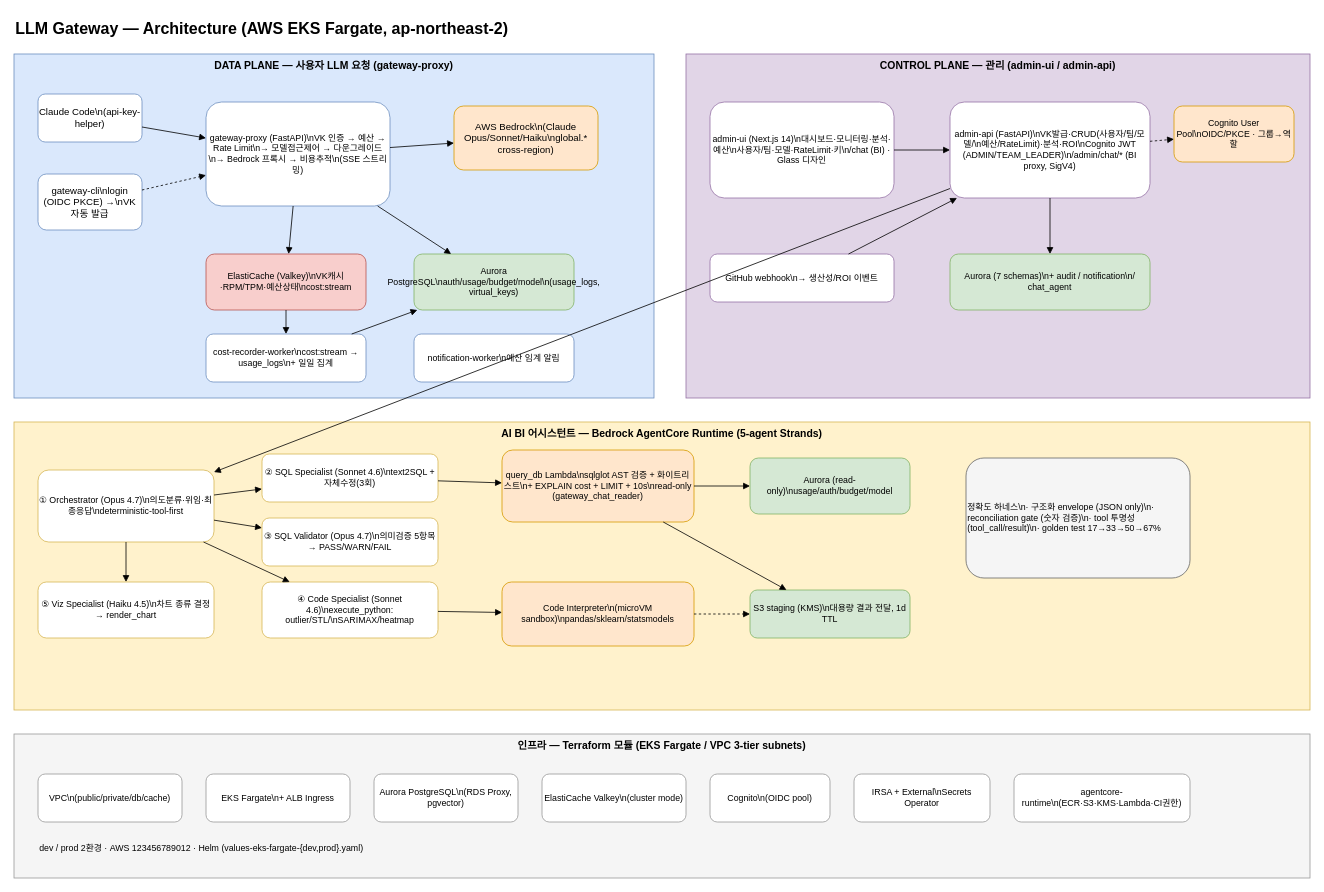
This is projects/awsome-ai-gateway/docs/architecture.drawio from aws-samples/sample-agentic-ai-acceleration-kr, a draw.io file, before an edit. Source tidied: cells renumbered, new cells numbered last; positions are measured from the earlier drawing's top-left corner, leaving out a move shared by most shapes. Both pictures are drawn from the tidied source at 80%, with x=0, y=0 at pixel (14, 14).
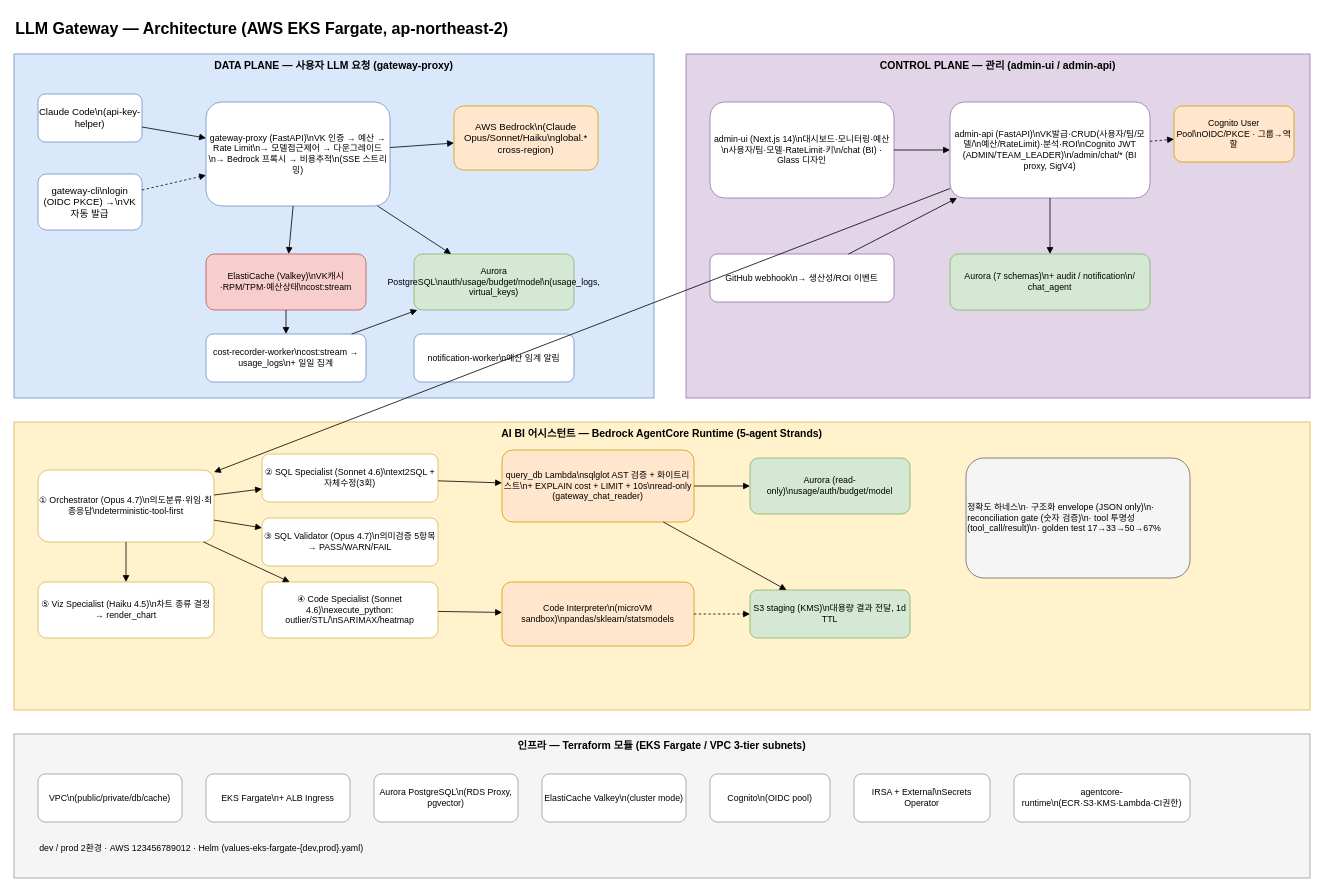
The same page after the edit.

Change to the diagram source:
```diff
@@
-    <mxCell id="20" value="admin-ui (Next.js 14)\n대시보드·모니터링·분석·예산\n사용자/팀·모델·RateLimit·키\n/chat (BI) · Glass 디자인" style="rounded=1;whiteSpace=wrap;html=1;fillColor=#ffffff;strokeColor=#9673a6;fontSize=11;" parent="1" vertex="1">
+    <mxCell id="20" value="admin-ui (Next.js 14)\n대시보드·모니터링·예산\n사용자/팀·모델·RateLimit·키\n/chat (BI) · Glass 디자인" style="rounded=1;whiteSpace=wrap;html=1;fillColor=#ffffff;strokeColor=#9673a6;fontSize=11;" parent="1" vertex="1">
       <mxGeometry x="870" y="110" width="230" height="120" as="geometry" />
     </mxCell>
```
